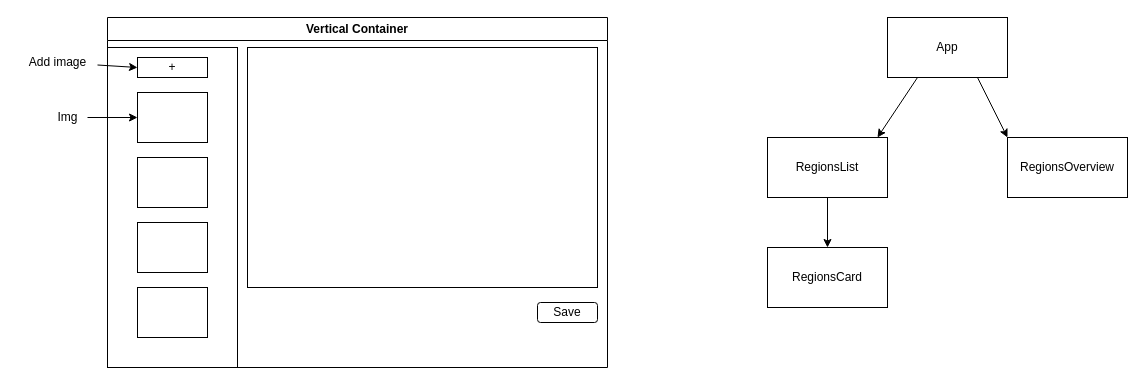
Above: my-regions-design.drawio in maormoyal/General-Motors-myregions (draw.io), before the change. Source tidied: cells renumbered, new cells numbered last; positions are measured from the earlier drawing's top-left corner, leaving out a move shared by most shapes. Both pictures are drawn from the tidied source at 100%, with x=0, y=0 at pixel (12, 17).
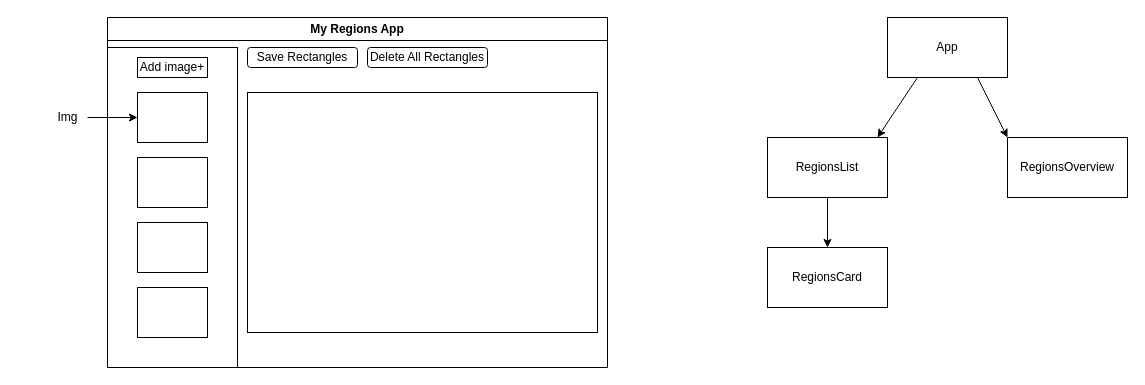
The same diagram, later.

What changed in the source:
```diff
@@
-    <mxCell id="2" value="Vertical Container" style="swimlane;whiteSpace=wrap;html=1;" parent="1" vertex="1">
+    <mxCell id="2" value="My Regions App" style="swimlane;whiteSpace=wrap;html=1;" parent="1" vertex="1">
       <mxGeometry x="95" width="500" height="350" as="geometry" />
     </mxCell>
@@
-    <mxCell id="8" value="+" style="rounded=0;whiteSpace=wrap;html=1;" parent="2" vertex="1">
+    <mxCell id="8" value="Add image+" style="rounded=0;whiteSpace=wrap;html=1;" parent="2" vertex="1">
       <mxGeometry x="30" y="40" width="70" height="20" as="geometry" />
     </mxCell>
     <mxCell id="9" style="rounded=0;whiteSpace=wrap;html=1;" parent="2" vertex="1">
-      <mxGeometry x="140" y="30" width="350" height="240" as="geometry" />
+      <mxGeometry x="140" y="75" width="350" height="240" as="geometry" />
     </mxCell>
-    <mxCell id="10" value="Save" style="rounded=1;whiteSpace=wrap;html=1;" parent="2" vertex="1">
-      <mxGeometry x="430" y="285" width="60" height="20" as="geometry" />
+    <mxCell id="10" value="Save Rectangles" style="rounded=1;whiteSpace=wrap;html=1;" parent="2" vertex="1">
+      <mxGeometry x="140" y="30" width="110" height="20" as="geometry" />
     </mxCell>
-    <mxCell id="11" style="edgeStyle=none;html=1;entryX=0;entryY=0.5;entryDx=0;entryDy=0;" parent="1" edge="1" source="12" target="8">
-      <mxGeometry relative="1" as="geometry" />
-    </mxCell>
-    <mxCell id="12" value="Add image" style="text;html=1;align=center;verticalAlign=middle;points=[];strokeColor=none;fillColor=none;" parent="1" vertex="1">
-      <mxGeometry x="5" y="30" width="80" height="30" as="geometry" />
-    </mxCell>
+    <mxCell id="22" value="Delete All Rectangles" style="rounded=1;whiteSpace=wrap;html=1;" parent="2" vertex="1">
+      <mxGeometry x="260" y="30" width="120" height="20" as="geometry" />
+    </mxCell>
```
